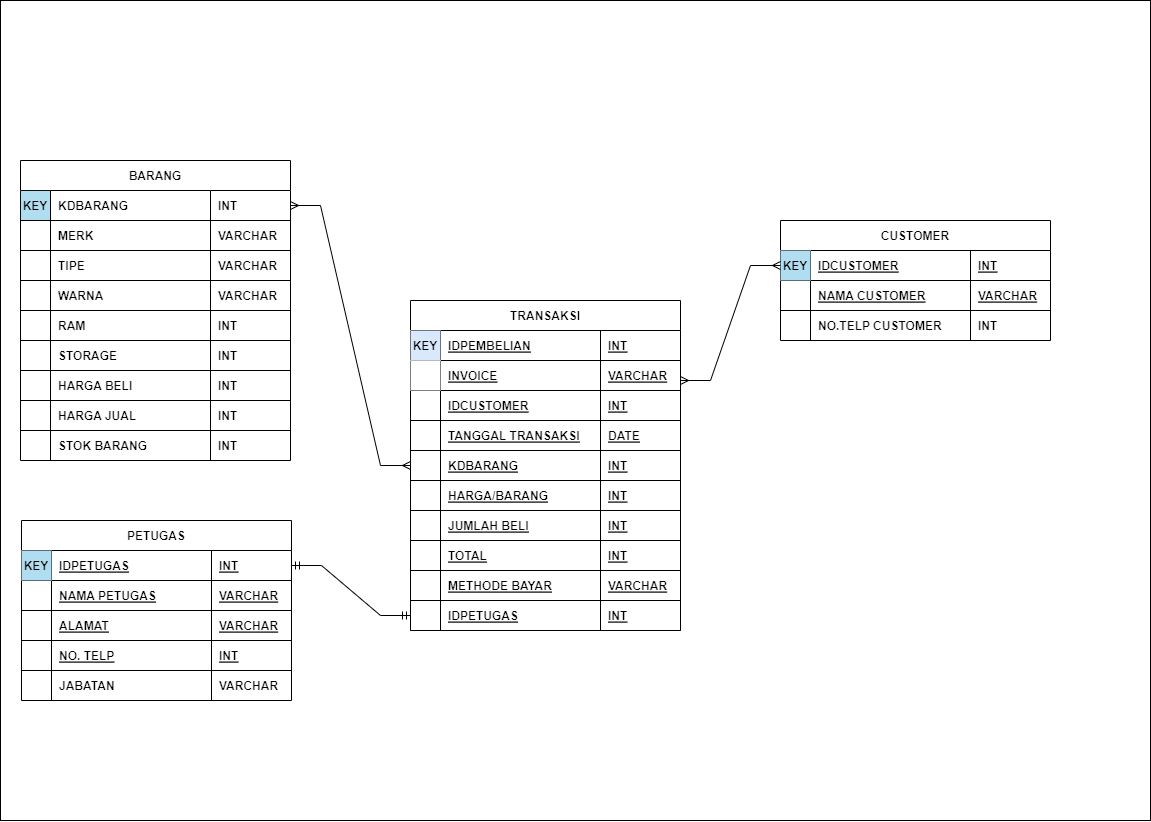
MountZ1/PR_PenjualanHandPhone_ArdiSaputraTIP-21.2 keeps this draw.io diagram as database.drawio.png. Above is the earlier version. Source tidied: cells renumbered, new cells last; positions are measured from the earlier drawing's top-left corner, leaving out a move shared by most shapes.
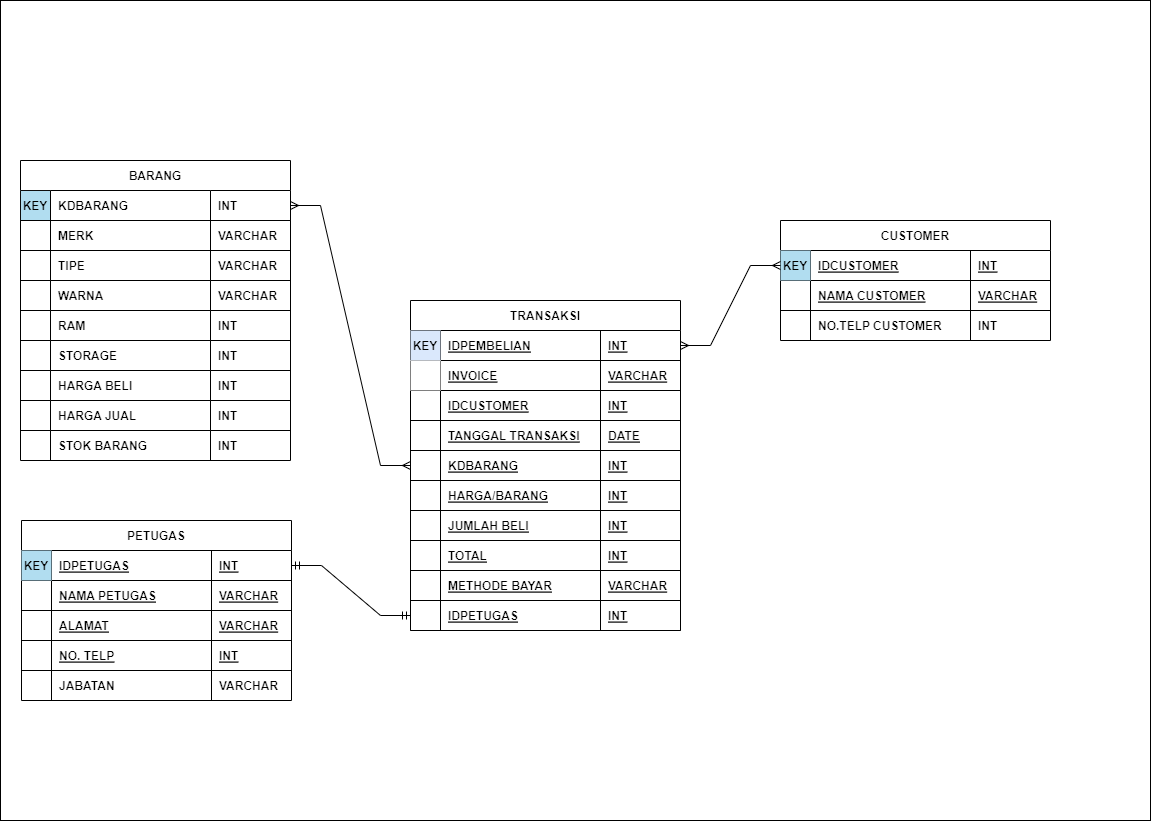
After the change.

The edit, as a diff of the source:
```diff
@@ -348,10 +348,8 @@
         </Array>
       </mxGeometry>
     </mxCell>
-    <mxCell id="116" style="edgeStyle=entityRelationEdgeStyle;fontSize=12;html=1;endArrow=ERmany;startArrow=ERmany;rounded=0;entryX=0;entryY=0.5;entryDx=0;entryDy=0;" parent="1" edge="1" target="25">
-      <mxGeometry relative="1" as="geometry">
-        <mxPoint x="680" y="380" as="sourcePoint" />
-      </mxGeometry>
+    <mxCell id="116" style="edgeStyle=entityRelationEdgeStyle;fontSize=12;html=1;endArrow=ERmany;startArrow=ERmany;rounded=0;entryX=0;entryY=0.5;entryDx=0;entryDy=0;exitX=1;exitY=0.5;exitDx=0;exitDy=0;" parent="1" edge="1" source="75" target="25">
+      <mxGeometry relative="1" as="geometry" />
     </mxCell>
     <mxCell id="117" style="edgeStyle=entityRelationEdgeStyle;fontSize=12;html=1;endArrow=ERmandOne;startArrow=ERmandOne;rounded=0;entryX=0;entryY=0.5;entryDx=0;entryDy=0;exitX=1;exitY=0.5;exitDx=0;exitDy=0;" parent="1" edge="1" source="4" target="111">
       <mxGeometry relative="1" as="geometry">
```
